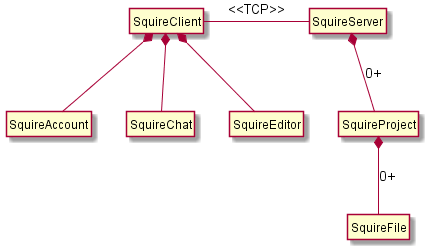
Before: hw3/class_diagram_overview.png, a diagram exported from PlantUML (voxelv/sQuire_kw).
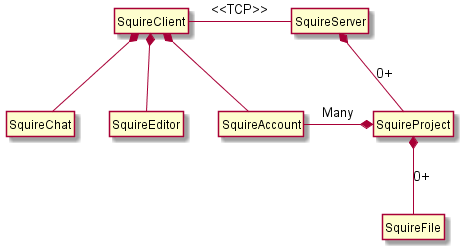
Later version of the same file.

The edit, as a diff of the source:
```diff
@@ -16,5 +16,6 @@
 sq *-- sqe
 sq *-- sqc
 sq - sqs :  <<TCP>>
+sqp *-left- ua : Many
 
 @enduml
```
